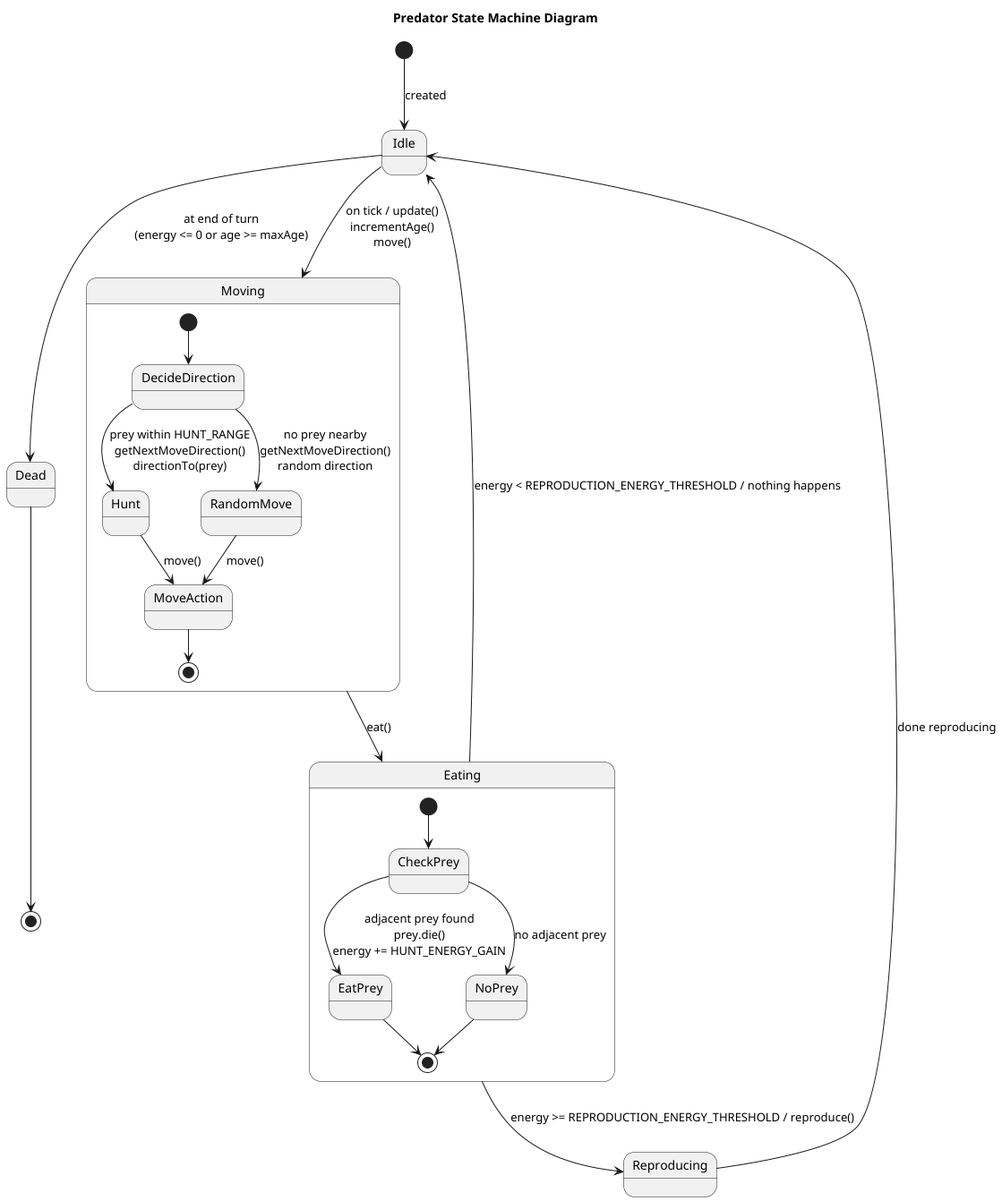
Above: diagrams/png/predator_state_machine_diagram.png in szycic/wild-loop (PlantUML), before the change.
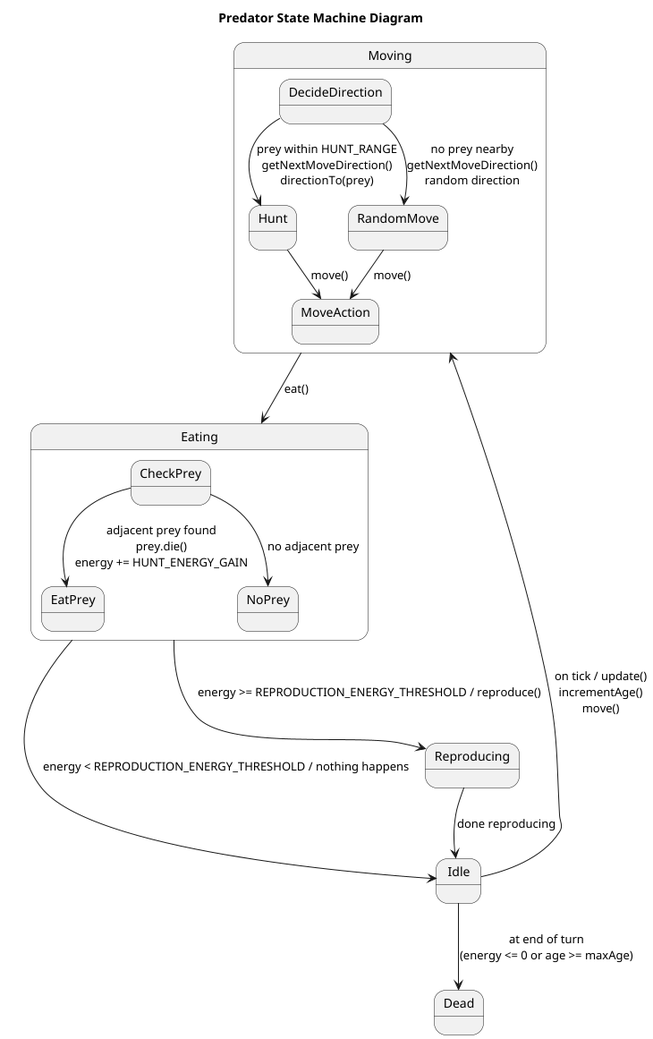
After the change.

Commit message:
Update state machine diagrams

What changed in the source:
```diff
@@ -1,27 +1,20 @@
 @startuml
 title Predator State Machine Diagram
-
-[*] --> Idle : created
 
 Idle --> Moving : on tick / update()\nincrementAge()\nmove()
 
 state Moving {
-    [*] --> DecideDirection
     DecideDirection --> Hunt : prey within HUNT_RANGE\ngetNextMoveDirection()\ndirectionTo(prey)
     DecideDirection --> RandomMove : no prey nearby\ngetNextMoveDirection()\nrandom direction
     Hunt --> MoveAction : move()
     RandomMove --> MoveAction : move()
-    MoveAction --> [*]
 }
 
 Moving --> Eating : eat()
 
 state Eating {
-    [*] --> CheckPrey
     CheckPrey --> EatPrey : adjacent prey found\nprey.die()\nenergy += HUNT_ENERGY_GAIN
     CheckPrey --> NoPrey : no adjacent prey
-    EatPrey --> [*]
-    NoPrey --> [*]
 }
 
 Eating --> Reproducing : energy >= REPRODUCTION_ENERGY_THRESHOLD / reproduce()
@@ -30,5 +23,4 @@
 
 Idle --> Dead : at end of turn\n(energy <= 0 or age >= maxAge)
 
-Dead --> [*]
 @enduml
```
